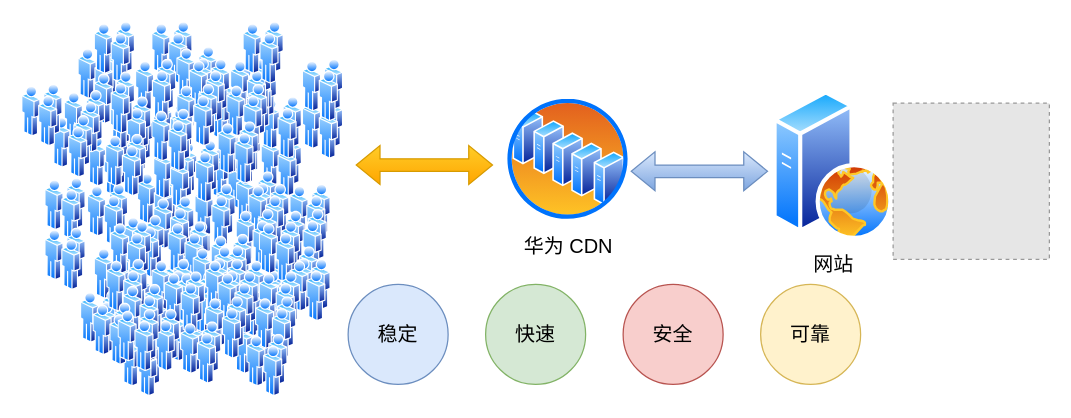
xiaolincoder/ImageHost4 keeps this draw.io diagram as 华为云2.drawio. Above is the earlier version. Source tidied: cells renumbered, new cells numbered last; positions are measured from the earlier drawing's top-left corner, leaving out a move shared by most shapes. Both pictures are drawn from the tidied source at 125%, with x=0, y=0 at pixel (21, 21). Pictures stored in the file or linked from it are replaced by grey dashed boxes.
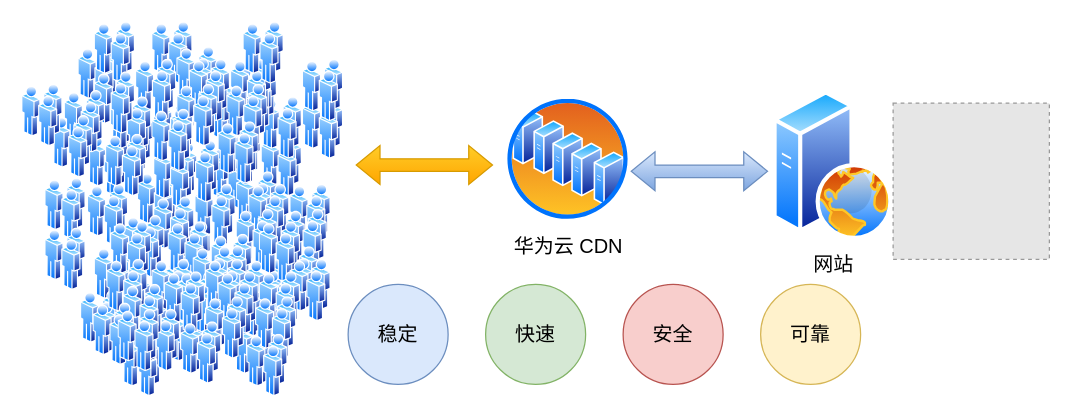
Above is the later version.

The edit, as a diff of the source:
```diff
@@
-    <mxCell id="7" value="华为 CDN" style="perimeter=ellipsePerimeter;html=1;align=center;shadow=0;dashed=0;spacingTop=3;image;image=img/lib/active_directory/server_farm.svg;fontSize=16;" parent="1" vertex="1">
+    <mxCell id="7" value="华为云 CDN" style="perimeter=ellipsePerimeter;html=1;align=center;shadow=0;dashed=0;spacingTop=3;image;image=img/lib/active_directory/server_farm.svg;fontSize=16;" parent="1" vertex="1">
       <mxGeometry x="387" y="60" width="100" height="100" as="geometry" />
     </mxCell>
```
